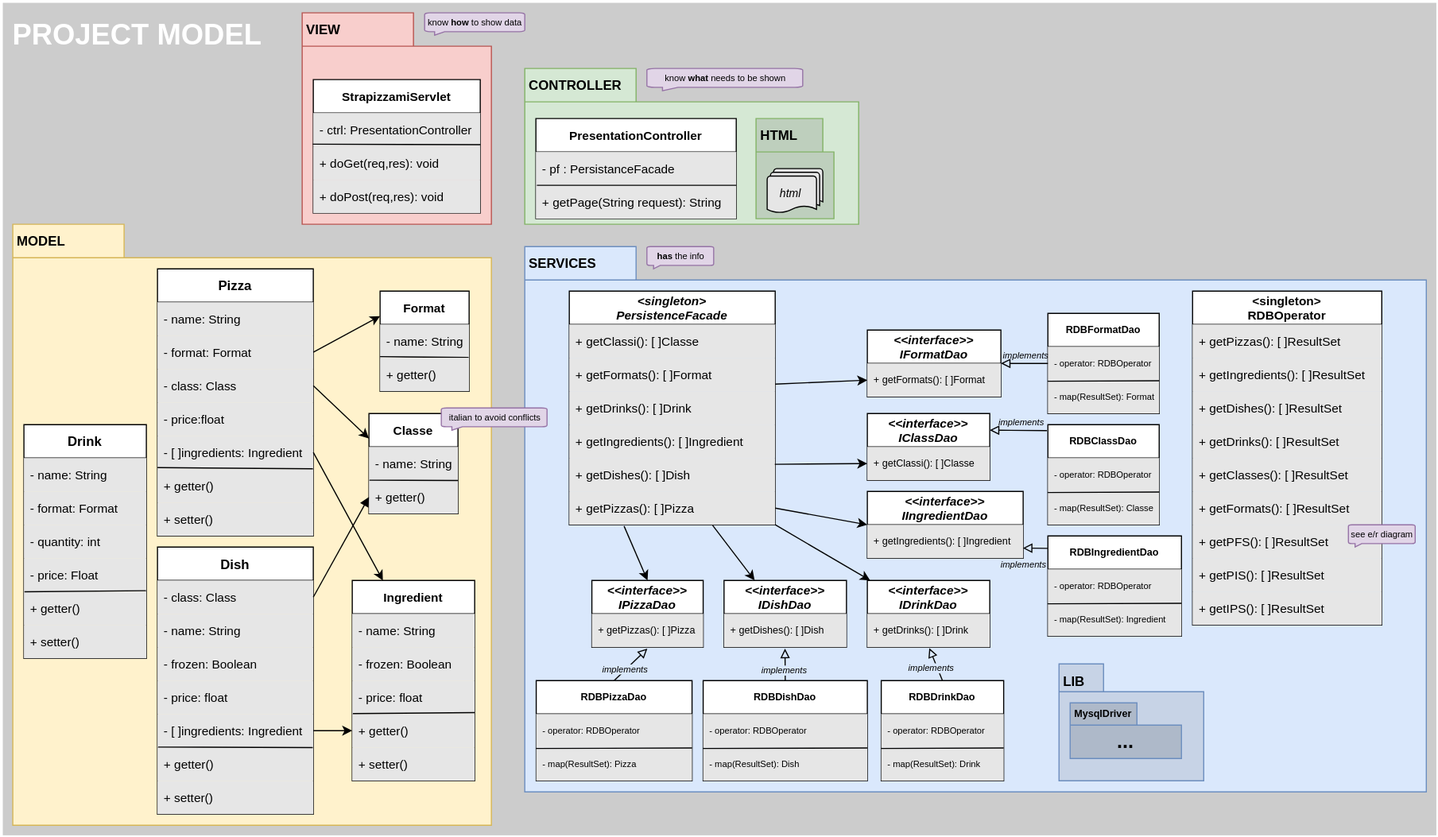
Above: doc/assets/projectModelCiclo1.drawio.svg in omismone/strapizzami (draw.io), before the change. Source tidied: cells renumbered, new cells last; positions are measured from the earlier drawing's top-left corner, leaving out a move shared by most shapes.
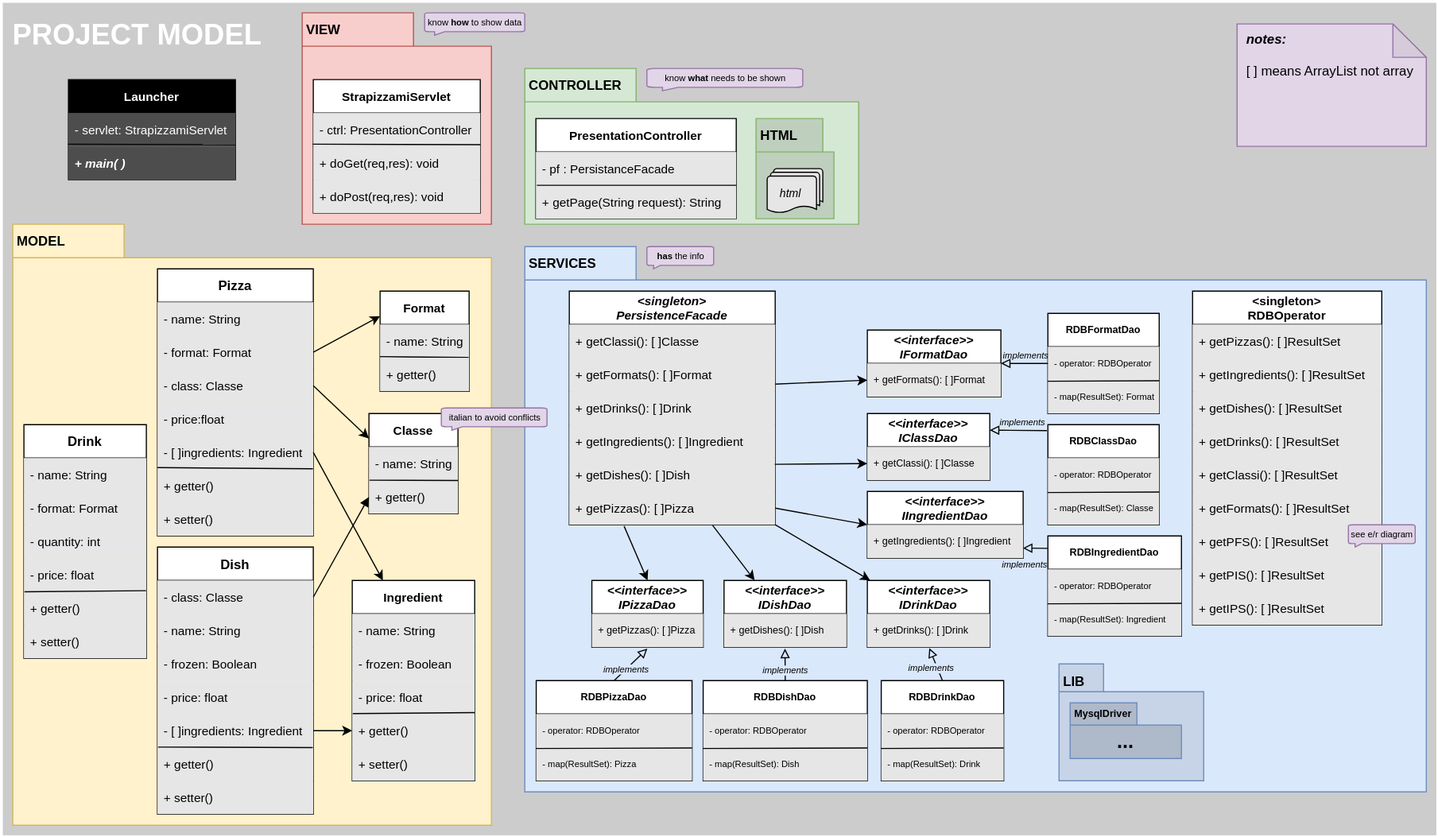
Above is the later version.

Change to the diagram source:
```diff
@@ -17,7 +17,7 @@
     <mxCell id="6" value="- format: Format" style="text;strokeColor=none;fillColor=#E6E6E6;align=left;verticalAlign=middle;spacingLeft=4;spacingRight=4;overflow=hidden;points=[[0,0.5],[1,0.5]];portConstraint=eastwest;fontSize=11;" parent="4" vertex="1">
       <mxGeometry y="60" width="140" height="30" as="geometry" />
     </mxCell>
-    <mxCell id="7" value="- class: Class" style="text;strokeColor=none;fillColor=#E6E6E6;align=left;verticalAlign=middle;spacingLeft=4;spacingRight=4;overflow=hidden;points=[[0,0.5],[1,0.5]];portConstraint=eastwest;fontSize=11;" parent="4" vertex="1">
+    <mxCell id="7" value="- class: Classe" style="text;strokeColor=none;fillColor=#E6E6E6;align=left;verticalAlign=middle;spacingLeft=4;spacingRight=4;overflow=hidden;points=[[0,0.5],[1,0.5]];portConstraint=eastwest;fontSize=11;" parent="4" vertex="1">
       <mxGeometry y="90" width="140" height="30" as="geometry" />
     </mxCell>
     <mxCell id="8" value="- price:float" style="text;strokeColor=none;fillColor=#E6E6E6;align=left;verticalAlign=middle;spacingLeft=4;spacingRight=4;overflow=hidden;fontSize=11;" parent="4" vertex="1">
@@ -92,7 +92,7 @@
     <mxCell id="31" value="- quantity: int" style="text;strokeColor=none;fillColor=#E6E6E6;align=left;verticalAlign=middle;spacingLeft=4;spacingRight=4;overflow=hidden;fontSize=11;" parent="28" vertex="1">
       <mxGeometry y="90" width="110" height="30" as="geometry" />
     </mxCell>
-    <mxCell id="32" value="- price: Float" style="text;strokeColor=none;fillColor=#E6E6E6;align=left;verticalAlign=middle;spacingLeft=4;spacingRight=4;overflow=hidden;fontSize=11;" parent="28" vertex="1">
+    <mxCell id="32" value="- price: float" style="text;strokeColor=none;fillColor=#E6E6E6;align=left;verticalAlign=middle;spacingLeft=4;spacingRight=4;overflow=hidden;fontSize=11;" parent="28" vertex="1">
       <mxGeometry y="120" width="110" height="30" as="geometry" />
     </mxCell>
     <mxCell id="33" value="+ getter()" style="text;strokeColor=none;fillColor=#E6E6E6;align=left;verticalAlign=middle;spacingLeft=4;spacingRight=4;overflow=hidden;points=[[0,0.5],[1,0.5]];portConstraint=eastwest;fontSize=11;" parent="28" vertex="1">
@@ -170,7 +170,7 @@
     <mxCell id="57" value="+ getDrinks(): [ ]ResultSet" style="text;strokeColor=none;fillColor=#E6E6E6;align=left;verticalAlign=middle;spacingLeft=4;spacingRight=4;overflow=hidden;fontSize=11;" parent="53" vertex="1">
       <mxGeometry y="120" width="170" height="30" as="geometry" />
     </mxCell>
-    <mxCell id="58" value="+ getClasses(): [ ]ResultSet" style="text;strokeColor=none;fillColor=#E6E6E6;align=left;verticalAlign=middle;spacingLeft=4;spacingRight=4;overflow=hidden;fontSize=11;" parent="53" vertex="1">
+    <mxCell id="58" value="+ getClassi(): [ ]ResultSet" style="text;strokeColor=none;fillColor=#E6E6E6;align=left;verticalAlign=middle;spacingLeft=4;spacingRight=4;overflow=hidden;fontSize=11;" parent="53" vertex="1">
       <mxGeometry y="150" width="170" height="30" as="geometry" />
     </mxCell>
     <mxCell id="59" value="+ getFormats(): [ ]ResultSet" style="text;strokeColor=none;fillColor=#E6E6E6;align=left;verticalAlign=middle;spacingLeft=4;spacingRight=4;overflow=hidden;fontSize=11;" parent="53" vertex="1">
@@ -188,7 +188,7 @@
     <mxCell id="63" value="Dish" style="swimlane;fontStyle=1;horizontal=1;startSize=30;fontSize=12;" parent="1" vertex="1">
       <mxGeometry x="140" y="490" width="140" height="240" as="geometry" />
     </mxCell>
-    <mxCell id="64" value="- class: Class" style="text;strokeColor=none;fillColor=#E6E6E6;align=left;verticalAlign=middle;spacingLeft=4;spacingRight=4;overflow=hidden;points=[[0,0.5],[1,0.5]];portConstraint=eastwest;fontSize=11;" parent="63" vertex="1">
+    <mxCell id="64" value="- class: Classe" style="text;strokeColor=none;fillColor=#E6E6E6;align=left;verticalAlign=middle;spacingLeft=4;spacingRight=4;overflow=hidden;points=[[0,0.5],[1,0.5]];portConstraint=eastwest;fontSize=11;" parent="63" vertex="1">
       <mxGeometry y="30" width="140" height="30" as="geometry" />
     </mxCell>
     <mxCell id="65" value="- name: String" style="text;strokeColor=none;fillColor=#E6E6E6;align=left;verticalAlign=middle;spacingLeft=4;spacingRight=4;overflow=hidden;fontSize=11;" parent="63" vertex="1">
@@ -433,5 +433,20 @@
     <mxCell id="142" value="italian to avoid conflicts" style="html=1;verticalLabelPosition=middle;align=center;labelBackgroundColor=none;verticalAlign=middle;strokeWidth=1;strokeColor=#9673a6;shadow=0;dashed=0;shape=mxgraph.ios7.icons.message;labelBorderColor=none;fontSize=8;direction=east;flipH=1;labelPosition=center;spacingTop=-3;fillColor=#e1d5e7;" parent="1" vertex="1">
       <mxGeometry x="395" y="365" width="95" height="20" as="geometry" />
     </mxCell>
+    <mxCell id="143" value="&lt;i&gt;&lt;b&gt;&amp;nbsp; notes:&lt;/b&gt;&lt;br&gt;&lt;/i&gt;&lt;br&gt;&amp;nbsp; [ ] means ArrayList not array" style="shape=note;whiteSpace=wrap;html=1;backgroundOutline=1;darkOpacity=0.05;fillColor=#e1d5e7;strokeColor=#9673a6;align=left;verticalAlign=top;" parent="1" vertex="1">
+      <mxGeometry x="1110" y="20" width="170" height="110" as="geometry" />
+    </mxCell>
+    <mxCell id="144" value="Launcher" style="swimlane;fontStyle=1;horizontal=1;startSize=30;fontSize=11;fontColor=#FFFFFF;fillColor=#000000;" parent="1" vertex="1">
+      <mxGeometry x="60" y="70" width="150" height="90" as="geometry" />
+    </mxCell>
+    <mxCell id="145" value="- servlet: StrapizzamiServlet" style="text;strokeColor=none;fillColor=#4D4D4D;align=left;verticalAlign=middle;spacingLeft=4;spacingRight=4;overflow=hidden;points=[[0,0.5],[1,0.5]];portConstraint=eastwest;fontSize=11;fontColor=#FFFFFF;" parent="144" vertex="1">
+      <mxGeometry y="30" width="150" height="30" as="geometry" />
+    </mxCell>
+    <mxCell id="146" value="+ main( )" style="text;strokeColor=none;fillColor=#4D4D4D;align=left;verticalAlign=middle;spacingLeft=4;spacingRight=4;overflow=hidden;points=[[0,0.5],[1,0.5]];portConstraint=eastwest;fontSize=11;fontStyle=3;fontColor=#FFFFFF;" parent="144" vertex="1">
+      <mxGeometry y="60" width="150" height="30" as="geometry" />
+    </mxCell>
+    <mxCell id="147" style="endArrow=none;html=1;rounded=0;fontSize=6;exitX=-0.004;exitY=-0.067;exitDx=0;exitDy=0;exitPerimeter=0;entryX=1.001;entryY=0.948;entryDx=0;entryDy=0;entryPerimeter=0;" parent="144" edge="1" source="146" target="145">
+      <mxGeometry relative="1" as="geometry" />
+    </mxCell>
   </root>
 </mxGraphModel>
```
